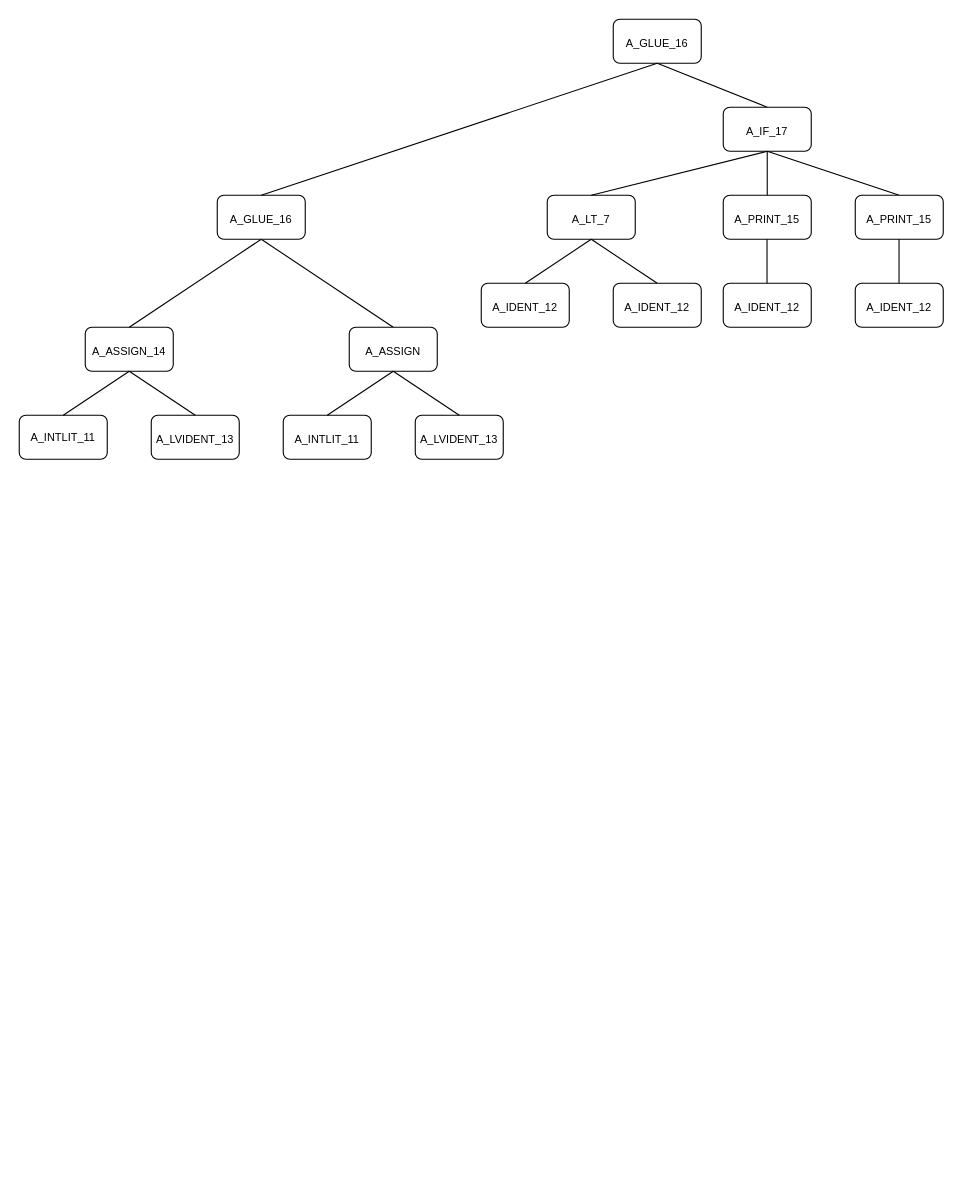
Above: acwj.drawio in stanwon/diagrams (draw.io), before the change. Source tidied: cells renumbered, new cells numbered last; positions are measured from the earlier drawing's top-left corner, leaving out a move shared by most shapes. Both pictures are drawn from the tidied source at 110%, with x=0, y=0 at pixel (19, 19).
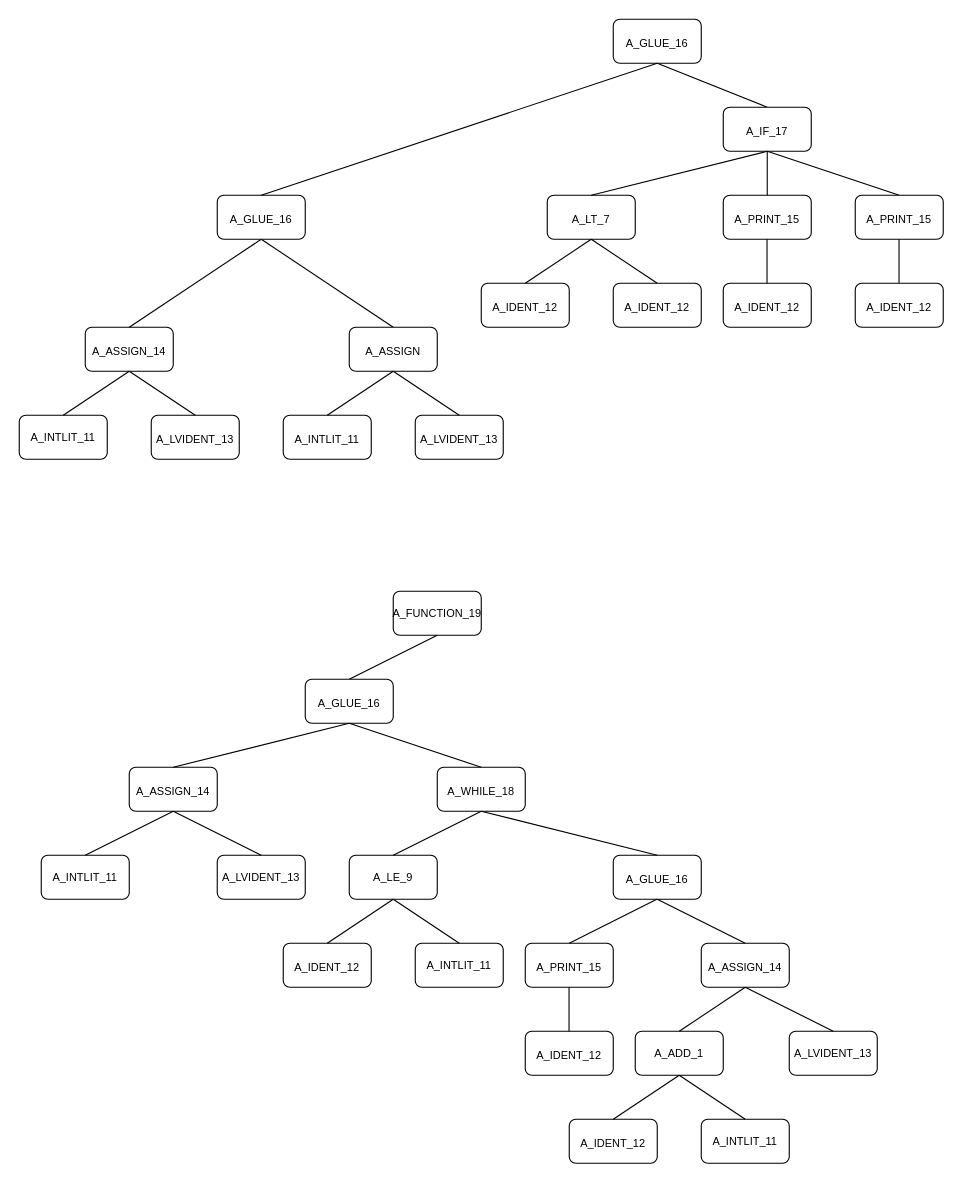
After the change.

Diff of the diagram source:
```diff
@@
+    <mxCell id="33" value="A_FUNCTION_19" style="rounded=1;whiteSpace=wrap;html=1;fontSize=10;align=center;verticalAlign=middle;" parent="1" vertex="1">
+      <mxGeometry x="340" y="520" width="80" height="40" as="geometry" />
+    </mxCell>
+    <mxCell id="34" style="endArrow=none;html=1;rounded=1;fontSize=12;startSize=8;endSize=8;edgeStyle=none;curved=1;exitX=0.5;exitY=0;exitDx=0;exitDy=0;" parent="1" edge="1">
+      <mxGeometry relative="1" as="geometry">
+        <mxPoint x="300" y="600" as="sourcePoint" />
+        <mxPoint x="380" y="560" as="targetPoint" />
+      </mxGeometry>
+    </mxCell>
+    <mxCell id="35" value="&lt;span style=&quot;font-size: 10px;&quot;&gt;A_GLUE_16&lt;/span&gt;" style="rounded=1;whiteSpace=wrap;html=1;fontSize=16;" parent="1" vertex="1">
+      <mxGeometry x="260" y="600" width="80" height="40" as="geometry" />
+    </mxCell>
+    <mxCell id="36" value="&lt;font style=&quot;font-size: 10px;&quot;&gt;A_ASSIGN_14&lt;/font&gt;" style="rounded=1;whiteSpace=wrap;html=1;fontSize=16;" parent="1" vertex="1">
+      <mxGeometry x="100" y="680" width="80" height="40" as="geometry" />
+    </mxCell>
+    <mxCell id="37" style="endArrow=none;html=1;rounded=1;fontSize=12;startSize=8;endSize=8;edgeStyle=none;curved=1;exitX=0.5;exitY=0;exitDx=0;exitDy=0;" parent="1" edge="1" source="36">
+      <mxGeometry relative="1" as="geometry">
+        <mxPoint x="300" y="640" as="targetPoint" />
+      </mxGeometry>
+    </mxCell>
+    <mxCell id="38" value="A_INTLIT_11" style="rounded=1;whiteSpace=wrap;html=1;fontSize=10;align=center;verticalAlign=middle;" parent="1" vertex="1">
+      <mxGeometry x="20" y="760" width="80" height="40" as="geometry" />
+    </mxCell>
+    <mxCell id="39" value="A_LVIDENT_13" style="rounded=1;whiteSpace=wrap;html=1;fontSize=10;align=center;verticalAlign=middle;" parent="1" vertex="1">
+      <mxGeometry x="180" y="760" width="80" height="40" as="geometry" />
+    </mxCell>
+    <mxCell id="40" style="endArrow=none;html=1;rounded=1;fontSize=12;startSize=8;endSize=8;edgeStyle=none;curved=1;exitX=0.5;exitY=0;exitDx=0;exitDy=0;" parent="1" edge="1">
+      <mxGeometry relative="1" as="geometry">
+        <mxPoint x="60" y="760" as="sourcePoint" />
+        <mxPoint x="140" y="720" as="targetPoint" />
+      </mxGeometry>
+    </mxCell>
+    <mxCell id="41" style="endArrow=none;html=1;rounded=1;fontSize=12;startSize=8;endSize=8;edgeStyle=none;curved=1;exitX=0.5;exitY=1;exitDx=0;exitDy=0;entryX=0.5;entryY=0;entryDx=0;entryDy=0;" parent="1" edge="1" source="36" target="39">
+      <mxGeometry relative="1" as="geometry" />
+    </mxCell>
+    <mxCell id="42" value="&lt;font style=&quot;font-size: 10px;&quot;&gt;A_WHILE_18&lt;/font&gt;" style="rounded=1;whiteSpace=wrap;html=1;fontSize=16;" parent="1" vertex="1">
+      <mxGeometry x="380" y="680" width="80" height="40" as="geometry" />
+    </mxCell>
+    <mxCell id="43" style="endArrow=none;html=1;rounded=1;fontSize=12;startSize=8;endSize=8;edgeStyle=none;curved=1;exitX=0.5;exitY=1;exitDx=0;exitDy=0;entryX=0.5;entryY=0;entryDx=0;entryDy=0;" parent="1" edge="1" source="35" target="42">
+      <mxGeometry relative="1" as="geometry" />
+    </mxCell>
+    <mxCell id="44" value="A_LE_9" style="rounded=1;whiteSpace=wrap;html=1;fontSize=10;align=center;verticalAlign=middle;" parent="1" vertex="1">
+      <mxGeometry x="300" y="760" width="80" height="40" as="geometry" />
+    </mxCell>
+    <mxCell id="45" value="&lt;span style=&quot;font-size: 10px;&quot;&gt;A_GLUE_16&lt;/span&gt;" style="rounded=1;whiteSpace=wrap;html=1;fontSize=16;" parent="1" vertex="1">
+      <mxGeometry x="540" y="760" width="80" height="40" as="geometry" />
+    </mxCell>
+    <mxCell id="46" style="endArrow=none;html=1;rounded=1;fontSize=12;startSize=8;endSize=8;edgeStyle=none;curved=1;exitX=0.5;exitY=1;exitDx=0;exitDy=0;entryX=0.5;entryY=0;entryDx=0;entryDy=0;" parent="1" edge="1" target="45">
+      <mxGeometry relative="1" as="geometry">
+        <mxPoint x="420" y="720" as="sourcePoint" />
+      </mxGeometry>
+    </mxCell>
+    <mxCell id="47" style="endArrow=none;html=1;rounded=1;fontSize=12;startSize=8;endSize=8;edgeStyle=none;curved=1;exitX=0.5;exitY=0;exitDx=0;exitDy=0;" parent="1" edge="1" source="44">
+      <mxGeometry relative="1" as="geometry">
+        <mxPoint x="420" y="720" as="targetPoint" />
+      </mxGeometry>
+    </mxCell>
+    <mxCell id="48" value="A_INTLIT_11" style="rounded=1;whiteSpace=wrap;html=1;fontSize=10;align=center;verticalAlign=middle;" parent="1" vertex="1">
+      <mxGeometry x="360" y="840" width="80" height="40" as="geometry" />
+    </mxCell>
+    <mxCell id="49" value="&lt;font style=&quot;font-size: 10px;&quot;&gt;A_IDENT_12&lt;/font&gt;" style="rounded=1;whiteSpace=wrap;html=1;fontSize=16;" parent="1" vertex="1">
+      <mxGeometry x="240" y="840" width="80" height="40" as="geometry" />
+    </mxCell>
+    <mxCell id="50" style="endArrow=none;html=1;rounded=1;fontSize=12;startSize=8;endSize=8;edgeStyle=none;curved=1;exitX=0.5;exitY=0;exitDx=0;exitDy=0;" parent="1" edge="1" source="49">
+      <mxGeometry relative="1" as="geometry">
+        <mxPoint x="340" y="800" as="targetPoint" />
+      </mxGeometry>
+    </mxCell>
+    <mxCell id="51" style="endArrow=none;html=1;rounded=1;fontSize=12;startSize=8;endSize=8;edgeStyle=none;curved=1;exitX=0.5;exitY=1;exitDx=0;exitDy=0;entryX=0.5;entryY=0;entryDx=0;entryDy=0;" parent="1" edge="1" source="44" target="48">
+      <mxGeometry relative="1" as="geometry" />
+    </mxCell>
+    <mxCell id="52" value="&lt;font style=&quot;font-size: 10px;&quot;&gt;A_PRINT_15&lt;/font&gt;" style="rounded=1;whiteSpace=wrap;html=1;fontSize=16;" parent="1" vertex="1">
+      <mxGeometry x="460" y="840" width="80" height="40" as="geometry" />
+    </mxCell>
+    <mxCell id="53" value="&lt;font style=&quot;font-size: 10px;&quot;&gt;A_IDENT_12&lt;/font&gt;" style="rounded=1;whiteSpace=wrap;html=1;fontSize=16;" parent="1" vertex="1">
+      <mxGeometry x="460" y="920" width="80" height="40" as="geometry" />
+    </mxCell>
+    <mxCell id="54" style="endArrow=none;html=1;rounded=1;fontSize=12;startSize=8;endSize=8;edgeStyle=none;curved=1;" parent="1" edge="1">
+      <mxGeometry relative="1" as="geometry">
+        <mxPoint x="499.8" y="920" as="sourcePoint" />
+        <mxPoint x="499.8" y="880" as="targetPoint" />
+      </mxGeometry>
+    </mxCell>
+    <mxCell id="55" style="endArrow=none;html=1;rounded=1;fontSize=12;startSize=8;endSize=8;edgeStyle=none;curved=1;exitX=0.5;exitY=0;exitDx=0;exitDy=0;" parent="1" edge="1" source="52">
+      <mxGeometry relative="1" as="geometry">
+        <mxPoint x="579.6" y="800" as="targetPoint" />
+      </mxGeometry>
+    </mxCell>
+    <mxCell id="56" value="&lt;font style=&quot;font-size: 10px;&quot;&gt;A_ASSIGN_14&lt;/font&gt;" style="rounded=1;whiteSpace=wrap;html=1;fontSize=16;" parent="1" vertex="1">
+      <mxGeometry x="620" y="840" width="80" height="40" as="geometry" />
+    </mxCell>
+    <mxCell id="57" value="A_ADD_1" style="rounded=1;whiteSpace=wrap;html=1;fontSize=10;align=center;verticalAlign=middle;" parent="1" vertex="1">
+      <mxGeometry x="560" y="920" width="80" height="40" as="geometry" />
+    </mxCell>
+    <mxCell id="58" value="A_LVIDENT_13" style="rounded=1;whiteSpace=wrap;html=1;fontSize=10;align=center;verticalAlign=middle;" parent="1" vertex="1">
+      <mxGeometry x="700" y="920" width="80" height="40" as="geometry" />
+    </mxCell>
+    <mxCell id="59" style="endArrow=none;html=1;rounded=1;fontSize=12;startSize=8;endSize=8;edgeStyle=none;curved=1;exitX=0.5;exitY=0;exitDx=0;exitDy=0;" parent="1" edge="1" source="57">
+      <mxGeometry relative="1" as="geometry">
+        <mxPoint x="660" y="880" as="targetPoint" />
+      </mxGeometry>
+    </mxCell>
+    <mxCell id="60" style="endArrow=none;html=1;rounded=1;fontSize=12;startSize=8;endSize=8;edgeStyle=none;curved=1;exitX=0.5;exitY=1;exitDx=0;exitDy=0;entryX=0.5;entryY=0;entryDx=0;entryDy=0;" parent="1" edge="1" source="56" target="58">
+      <mxGeometry relative="1" as="geometry" />
+    </mxCell>
+    <mxCell id="61" style="endArrow=none;html=1;rounded=1;fontSize=12;startSize=8;endSize=8;edgeStyle=none;curved=1;exitX=0.5;exitY=1;exitDx=0;exitDy=0;entryX=0.5;entryY=0;entryDx=0;entryDy=0;" parent="1" edge="1" source="45" target="56">
+      <mxGeometry relative="1" as="geometry" />
+    </mxCell>
+    <mxCell id="62" value="&lt;font style=&quot;font-size: 10px;&quot;&gt;A_IDENT_12&lt;/font&gt;" style="rounded=1;whiteSpace=wrap;html=1;fontSize=16;" parent="1" vertex="1">
+      <mxGeometry x="500" y="1000" width="80" height="40" as="geometry" />
+    </mxCell>
+    <mxCell id="63" value="A_INTLIT_11" style="rounded=1;whiteSpace=wrap;html=1;fontSize=10;align=center;verticalAlign=middle;" parent="1" vertex="1">
+      <mxGeometry x="620" y="1000" width="80" height="40" as="geometry" />
+    </mxCell>
+    <mxCell id="64" style="endArrow=none;html=1;rounded=1;fontSize=12;startSize=8;endSize=8;edgeStyle=none;curved=1;entryX=0.5;entryY=1;entryDx=0;entryDy=0;exitX=0.5;exitY=0;exitDx=0;exitDy=0;" parent="1" edge="1" source="62" target="57">
+      <mxGeometry relative="1" as="geometry" />
+    </mxCell>
+    <mxCell id="65" style="endArrow=none;html=1;rounded=1;fontSize=12;startSize=8;endSize=8;edgeStyle=none;curved=1;entryX=0.5;entryY=1;entryDx=0;entryDy=0;exitX=0.5;exitY=0;exitDx=0;exitDy=0;" parent="1" edge="1" source="63" target="57">
+      <mxGeometry relative="1" as="geometry" />
+    </mxCell>
```
